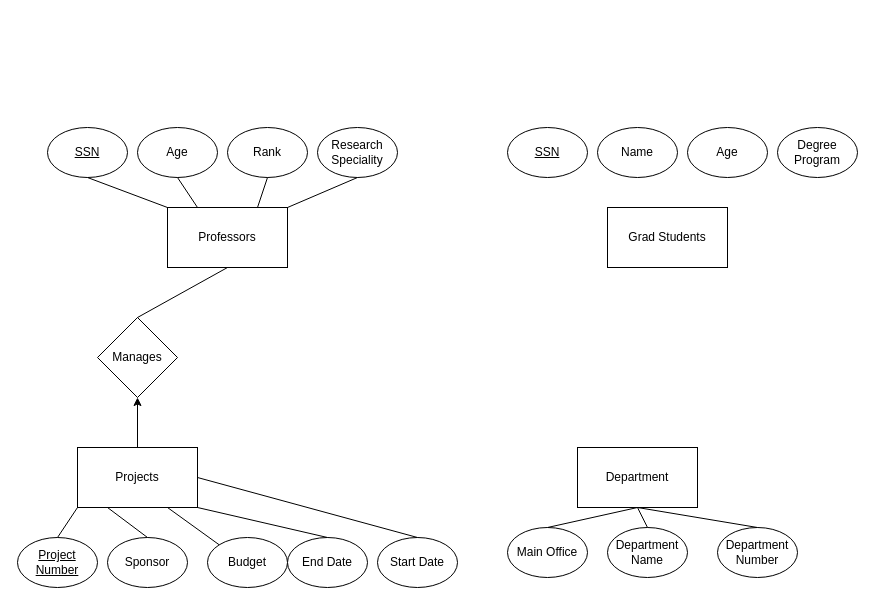
This is homework1.drawio from Swoopi/2022_0s_211, a draw.io file, before an edit. Source tidied: cells renumbered, new cells numbered last; positions are measured from the earlier drawing's top-left corner, leaving out a move shared by most shapes. Both pictures are drawn from the tidied source at 100%, with x=0, y=0 at pixel (17, 127).
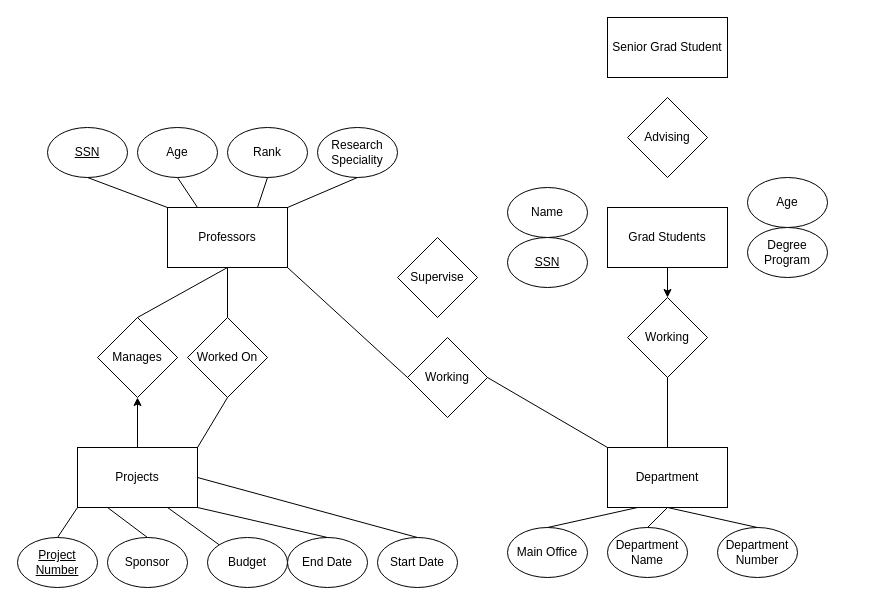
The same page after the edit.

Unchanged cells that the change refers to:
```xml
<mxCell id="2" value="Professors" style="rounded=0;whiteSpace=wrap;html=1;" parent="1" vertex="1">
  <mxGeometry x="150" y="80" width="120" height="60" as="geometry" />
</mxCell>
<mxCell id="4" value="Grad Students" style="rounded=0;whiteSpace=wrap;html=1;" parent="1" vertex="1">
  <mxGeometry x="590" y="80" width="120" height="60" as="geometry" />
</mxCell>
```

Diff of the diagram source:
```diff
@@
     <mxCell id="5" value="Department" style="rounded=0;whiteSpace=wrap;html=1;" parent="1" vertex="1">
-      <mxGeometry x="560" y="320" width="120" height="60" as="geometry" />
+      <mxGeometry x="590" y="320" width="120" height="60" as="geometry" />
     </mxCell>
@@
     <mxCell id="15" value="&lt;u&gt;SSN&lt;/u&gt;" style="ellipse;whiteSpace=wrap;html=1;" parent="1" vertex="1">
-      <mxGeometry x="490" width="80" height="50" as="geometry" />
+      <mxGeometry x="490" y="110" width="80" height="50" as="geometry" />
     </mxCell>
     <mxCell id="16" value="Name" style="ellipse;whiteSpace=wrap;html=1;" parent="1" vertex="1">
-      <mxGeometry x="580" width="80" height="50" as="geometry" />
+      <mxGeometry x="490" y="60" width="80" height="50" as="geometry" />
     </mxCell>
     <mxCell id="17" value="Age" style="ellipse;whiteSpace=wrap;html=1;" parent="1" vertex="1">
-      <mxGeometry x="670" width="80" height="50" as="geometry" />
+      <mxGeometry x="730" y="50" width="80" height="50" as="geometry" />
     </mxCell>
     <mxCell id="18" value="Degree Program" style="ellipse;whiteSpace=wrap;html=1;" parent="1" vertex="1">
-      <mxGeometry x="760" width="80" height="50" as="geometry" />
+      <mxGeometry x="730" y="100" width="80" height="50" as="geometry" />
     </mxCell>
@@
+    <mxCell id="37" value="Worked On" style="rhombus;whiteSpace=wrap;html=1;" parent="1" vertex="1">
+      <mxGeometry x="170" y="190" width="80" height="80" as="geometry" />
+    </mxCell>
+    <mxCell id="38" style="endArrow=none;html=1;rounded=0;entryX=0.5;entryY=1;entryDx=0;entryDy=0;exitX=0.5;exitY=0;exitDx=0;exitDy=0;" parent="1" edge="1" source="37" target="2">
+      <mxGeometry relative="1" as="geometry" />
+    </mxCell>
+    <mxCell id="39" style="endArrow=none;html=1;rounded=0;entryX=0.5;entryY=1;entryDx=0;entryDy=0;" parent="1" edge="1" target="37">
+      <mxGeometry relative="1" as="geometry">
+        <mxPoint x="180" y="320" as="sourcePoint" />
+      </mxGeometry>
+    </mxCell>
+    <mxCell id="40" value="Working" style="rhombus;whiteSpace=wrap;html=1;" parent="1" vertex="1">
+      <mxGeometry x="610" y="170" width="80" height="80" as="geometry" />
+    </mxCell>
+    <mxCell id="41" style="endArrow=none;html=1;rounded=0;entryX=0.5;entryY=1;entryDx=0;entryDy=0;exitX=0.5;exitY=0;exitDx=0;exitDy=0;" parent="1" edge="1" source="5" target="40">
+      <mxGeometry relative="1" as="geometry" />
+    </mxCell>
+    <mxCell id="42" style="endArrow=classic;html=1;rounded=0;entryX=0.5;entryY=0;entryDx=0;entryDy=0;exitX=0.5;exitY=1;exitDx=0;exitDy=0;" parent="1" edge="1" source="4" target="40">
+      <mxGeometry relative="1" as="geometry" />
+    </mxCell>
+    <mxCell id="43" value="Senior Grad Student" style="rounded=0;whiteSpace=wrap;html=1;" parent="1" vertex="1">
+      <mxGeometry x="590" y="-110" width="120" height="60" as="geometry" />
+    </mxCell>
+    <mxCell id="44" value="Advising" style="rhombus;whiteSpace=wrap;html=1;" parent="1" vertex="1">
+      <mxGeometry x="610" y="-30" width="80" height="80" as="geometry" />
+    </mxCell>
+    <mxCell id="45" value="Working" style="rhombus;whiteSpace=wrap;html=1;" parent="1" vertex="1">
+      <mxGeometry x="390" y="210" width="80" height="80" as="geometry" />
+    </mxCell>
+    <mxCell id="46" style="endArrow=none;html=1;rounded=0;entryX=1;entryY=0.5;entryDx=0;entryDy=0;exitX=0;exitY=0;exitDx=0;exitDy=0;" parent="1" edge="1" source="5" target="45">
+      <mxGeometry relative="1" as="geometry" />
+    </mxCell>
+    <mxCell id="47" style="endArrow=none;html=1;rounded=0;entryX=1;entryY=1;entryDx=0;entryDy=0;exitX=0;exitY=0.5;exitDx=0;exitDy=0;" parent="1" edge="1" source="45" target="2">
+      <mxGeometry relative="1" as="geometry" />
+    </mxCell>
+    <mxCell id="48" value="Supervise" style="rhombus;whiteSpace=wrap;html=1;" parent="1" vertex="1">
+      <mxGeometry x="380" y="110" width="80" height="80" as="geometry" />
+    </mxCell>
```
